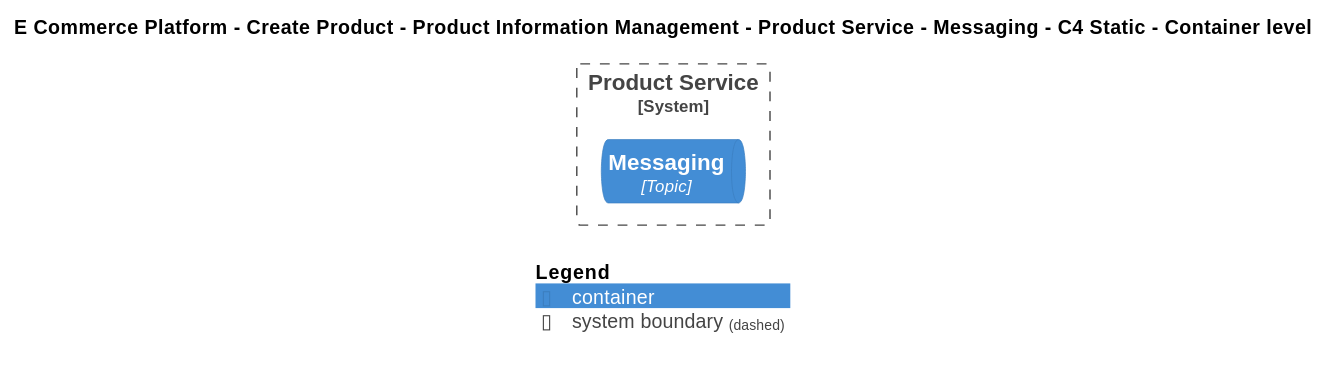
Before: Samples/E-Commerce Platform/Yaml/Diagrams/E Commerce Platform/Create Product/Product Information Management/Software Systems/Product Service/Containers/Messaging/Container - C4 Static.svg, a diagram exported from PlantUML (mnadenysenko/C4InterFlow).
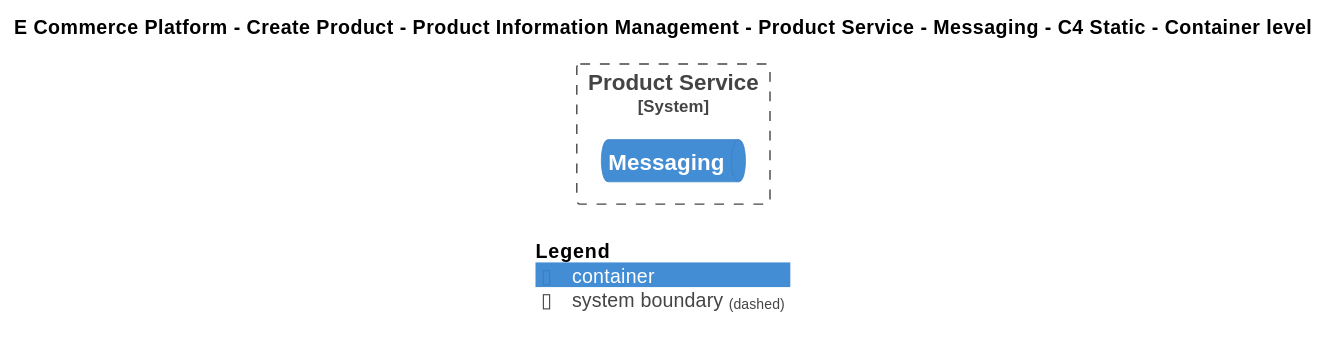
The same diagram one commit later.

What changed in the source:
```diff
@@ -18,7 +18,7 @@
 
 
 System_Boundary(ECommercePlatform.CreateProduct.ProductInformationManagement.SoftwareSystems.ProductService, "Product Service") {
-    ContainerQueue(ECommercePlatform.CreateProduct.ProductInformationManagement.SoftwareSystems.ProductService.Containers.Messaging, "Messaging", "Topic", "")
+    ContainerQueue(ECommercePlatform.CreateProduct.ProductInformationManagement.SoftwareSystems.ProductService.Containers.Messaging, "Messaging", "", "")
 }
 
 
```
